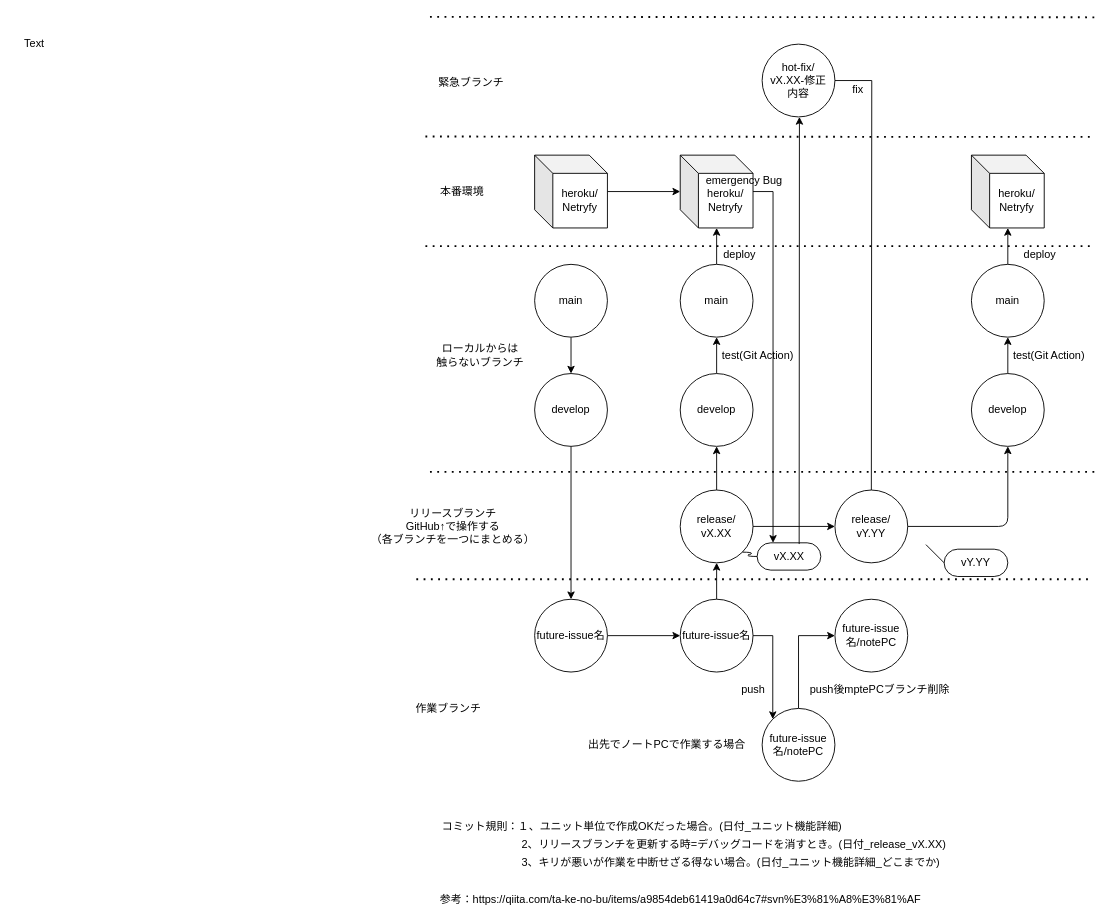
The draw.io diagram page "GitFlow" (7 of 8) of Untitled Diagram.drawio in ryo-n-cell/aruaruSet, before the edit. Source tidied: cells renumbered, new cells numbered last; positions are measured from the earlier drawing's top-left corner, leaving out a move shared by most shapes. Both pictures are drawn from the tidied source at 91%, with x=0, y=0 at pixel (15, 16).
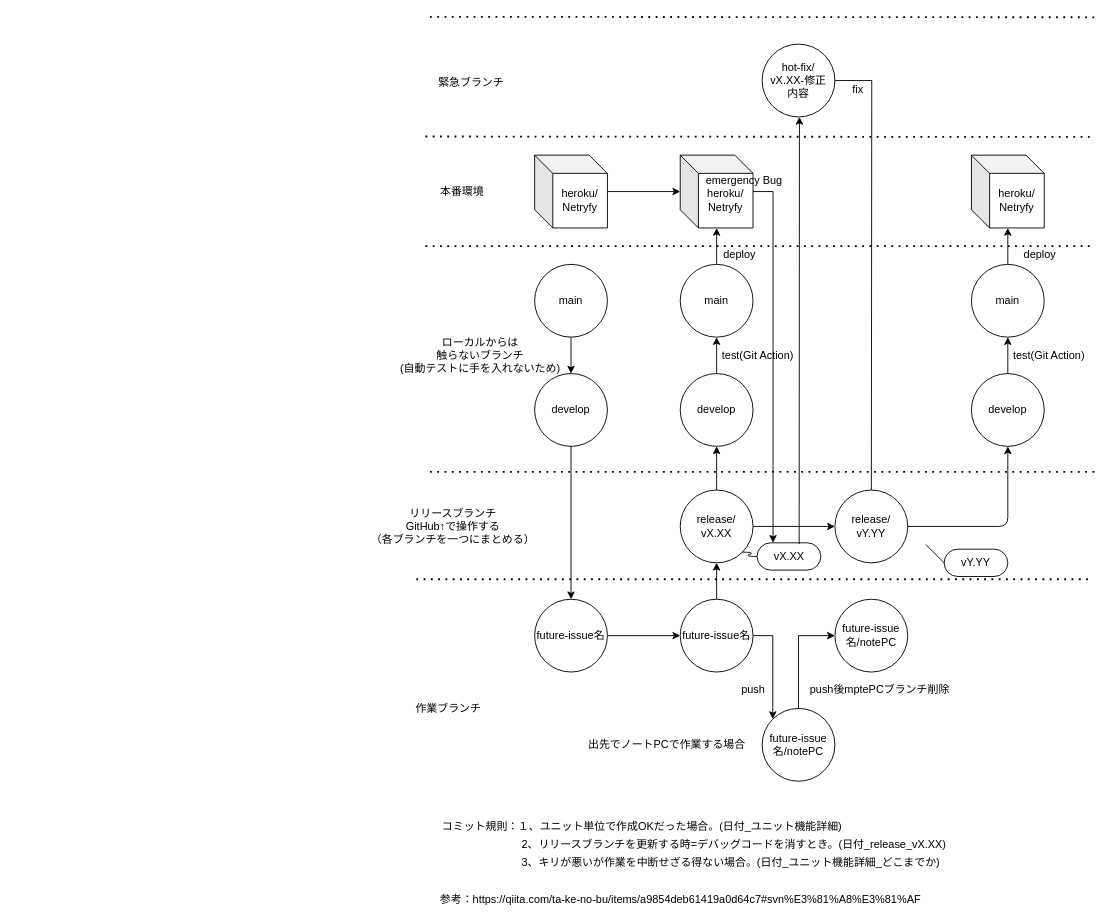
After the change.

What changed in the source:
```diff
@@
-    <mxCell id="21" value="ローカルからは&lt;br&gt;触らないブランチ" style="text;html=1;align=center;verticalAlign=middle;strokeColor=none;" parent="1" vertex="1">
-      <mxGeometry x="455" y="357" width="110" height="30" as="geometry" />
+    <mxCell id="21" value="ローカルからは&lt;br&gt;触らないブランチ&lt;br&gt;(自動テストに手を入れないため)" style="text;html=1;align=center;verticalAlign=middle;strokeColor=none;" parent="1" vertex="1">
+      <mxGeometry x="415" y="347" width="190" height="50" as="geometry" />
     </mxCell>
@@
-    <mxCell id="25" value="Text" style="text;html=1;align=center;verticalAlign=middle;strokeColor=none;" parent="1" vertex="1">
-      <mxGeometry y="20" width="40" height="20" as="geometry" />
-    </mxCell>
```
